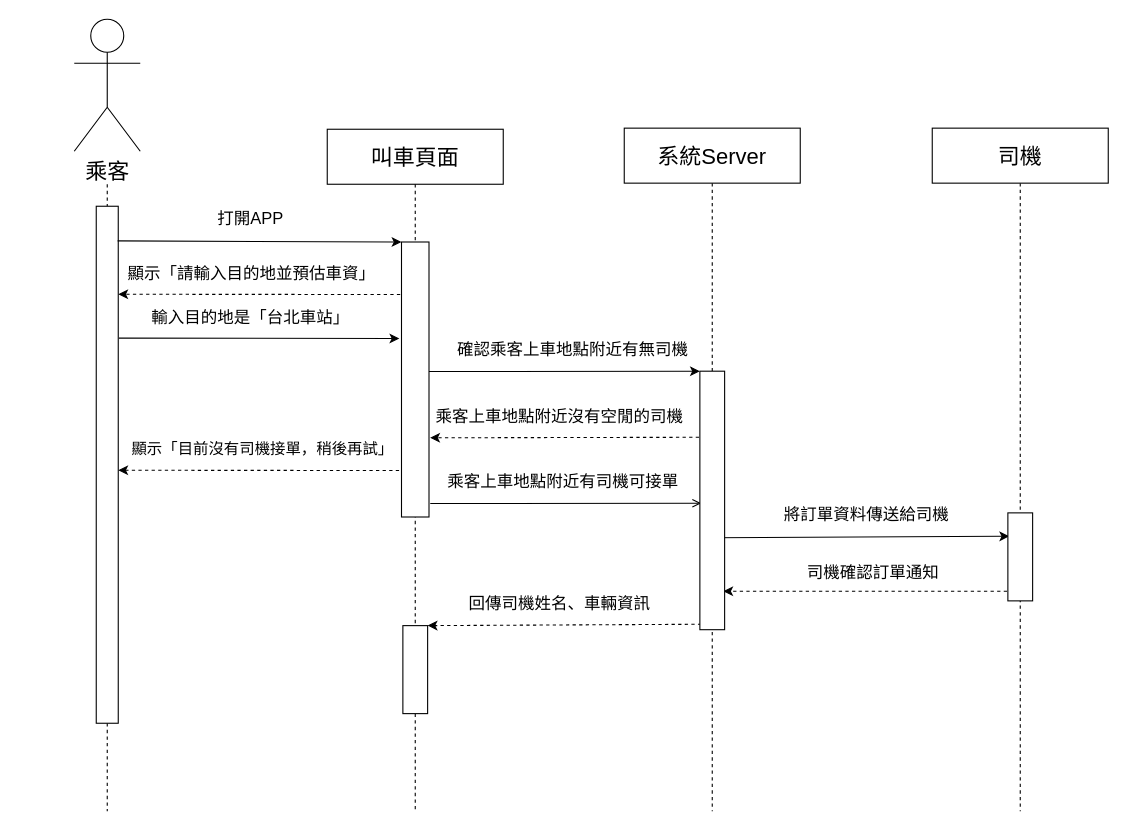
Yusheng0728/FinalPorject112-2 keeps this draw.io diagram as 系統循序圖.drawio. Above is the earlier version. Source tidied: cells renumbered, new cells numbered last; positions are measured from the earlier drawing's top-left corner, leaving out a move shared by most shapes. Both pictures are drawn from the tidied source at 110%, with x=0, y=0 at pixel (74, 19).
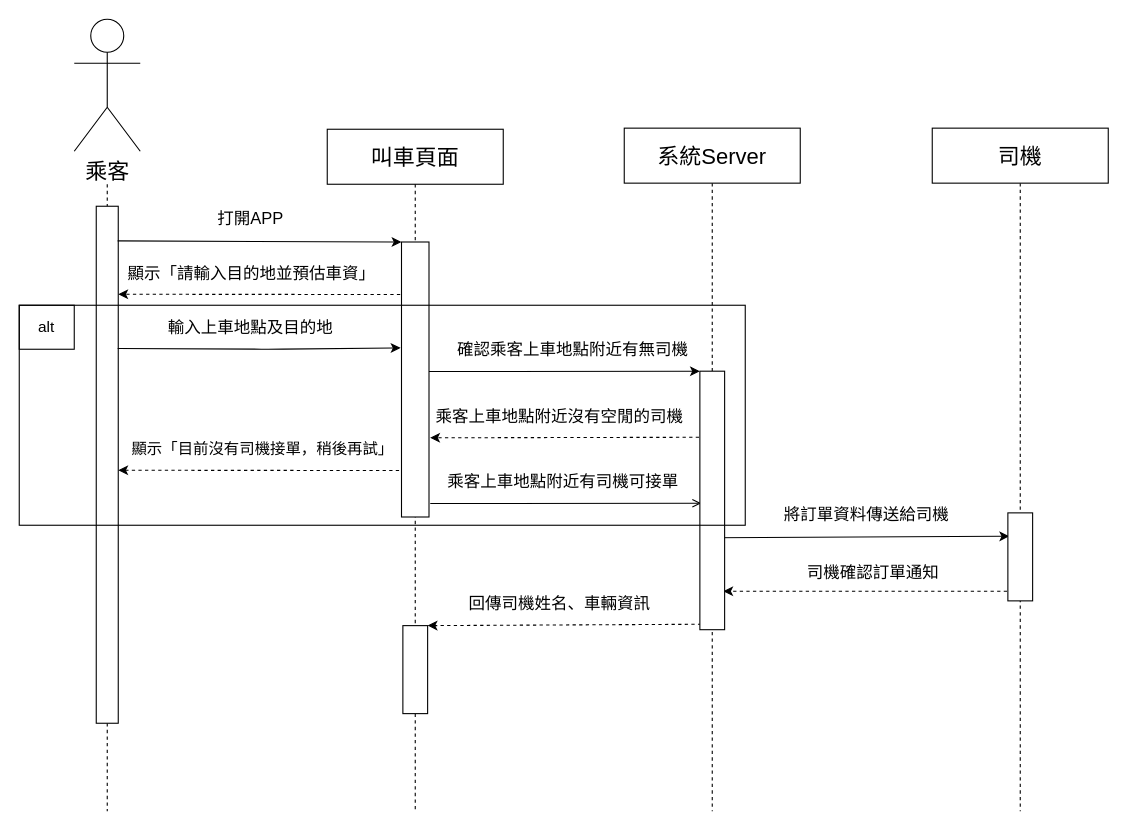
Above is the later version.

Unchanged cells that the change refers to:
```xml
<mxCell id="11" style="rounded=0;whiteSpace=wrap;html=1;fontSize=20;" parent="1" vertex="1">
  <mxGeometry x="20" y="170" width="20" height="470" as="geometry" />
</mxCell>
<mxCell id="35" style="rounded=0;whiteSpace=wrap;html=1;fontSize=14;fillColor=default;rotation=90;" parent="1" vertex="1">
  <mxGeometry x="185" y="315" width="250" height="25" as="geometry" />
</mxCell>
```

Change to the diagram source:
```diff
@@
-    <mxCell id="16" style="endArrow=classic;html=1;fontSize=20;exitX=1.03;exitY=0.255;exitDx=0;exitDy=0;endFill=1;entryX=0.351;entryY=1.077;entryDx=0;entryDy=0;entryPerimeter=0;exitPerimeter=0;" parent="1" edge="1" source="11" target="35">
-      <mxGeometry relative="1" as="geometry" />
+    <mxCell id="16" style="endArrow=classic;html=1;fontSize=20;exitX=0.974;exitY=0.275;exitDx=0;exitDy=0;endFill=1;exitPerimeter=0;entryX=0.385;entryY=1.035;entryDx=0;entryDy=0;entryPerimeter=0;" parent="1" edge="1" source="11" target="35">
+      <mxGeometry relative="1" as="geometry">
+        <Array as="points">
+          <mxPoint x="180" y="300" />
+        </Array>
+      </mxGeometry>
     </mxCell>
-    <mxCell id="17" value="輸入目的地是「台北車站」" style="edgeLabel;html=1;align=center;verticalAlign=middle;fontSize=15;" parent="16" vertex="1">
+    <mxCell id="17" value="輸入上車地點及目的地" style="edgeLabel;html=1;align=center;verticalAlign=middle;fontSize=15;" parent="16" vertex="1">
       <mxGeometry x="-0.07" y="2" relative="1" as="geometry">
         <mxPoint y="-18" as="offset" />
       </mxGeometry>
     </mxCell>
@@
+    <mxCell id="37" value="alt" style="rounded=0;whiteSpace=wrap;html=1;fontSize=14;fillColor=none;" parent="1" vertex="1">
+      <mxGeometry x="-50" y="260" width="50" height="40" as="geometry" />
+    </mxCell>
+    <mxCell id="38" style="rounded=0;whiteSpace=wrap;html=1;fontSize=14;fillColor=none;" parent="1" vertex="1">
+      <mxGeometry x="-50" y="260" width="660" height="200" as="geometry" />
+    </mxCell>
```
